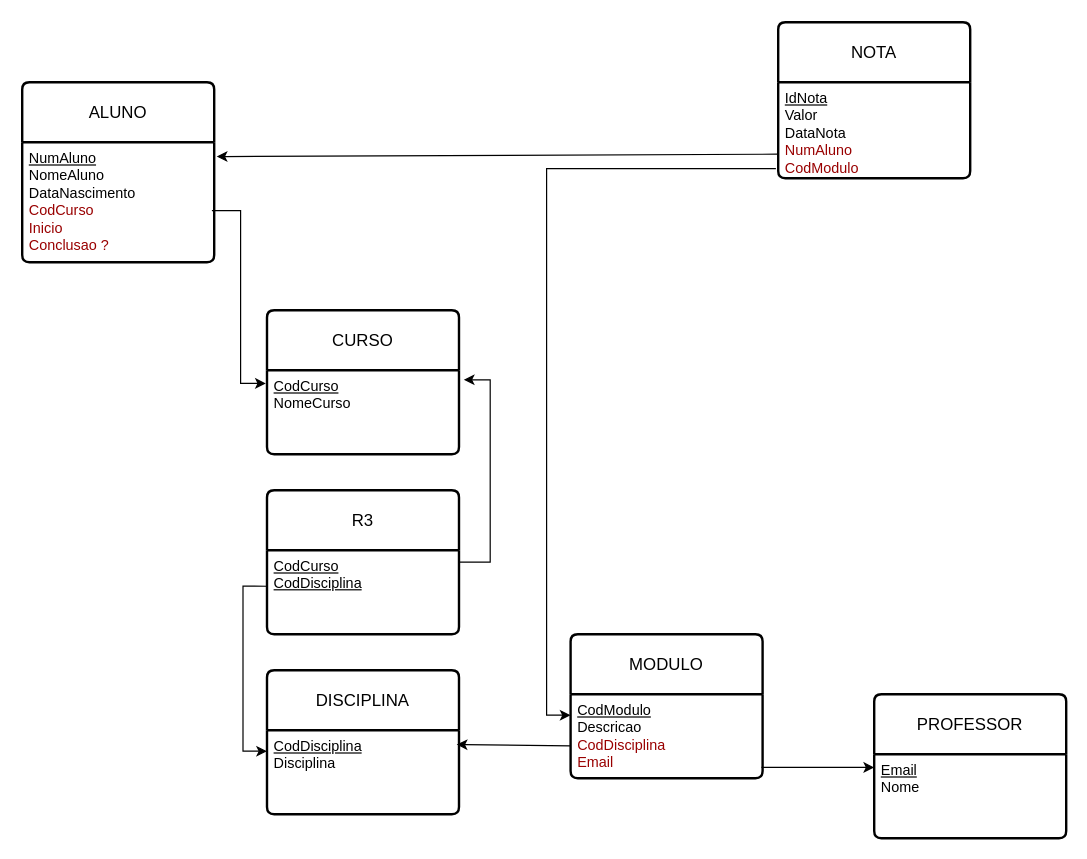
The draw.io diagram DiagramaNotas.drawio in Afas09/Analise-de-Sistemas, before the edit. Source tidied: cells renumbered, new cells numbered last; positions are measured from the earlier drawing's top-left corner, leaving out a move shared by most shapes. Both pictures are drawn from the tidied source at 120%, with x=0, y=0 at pixel (22, 22).
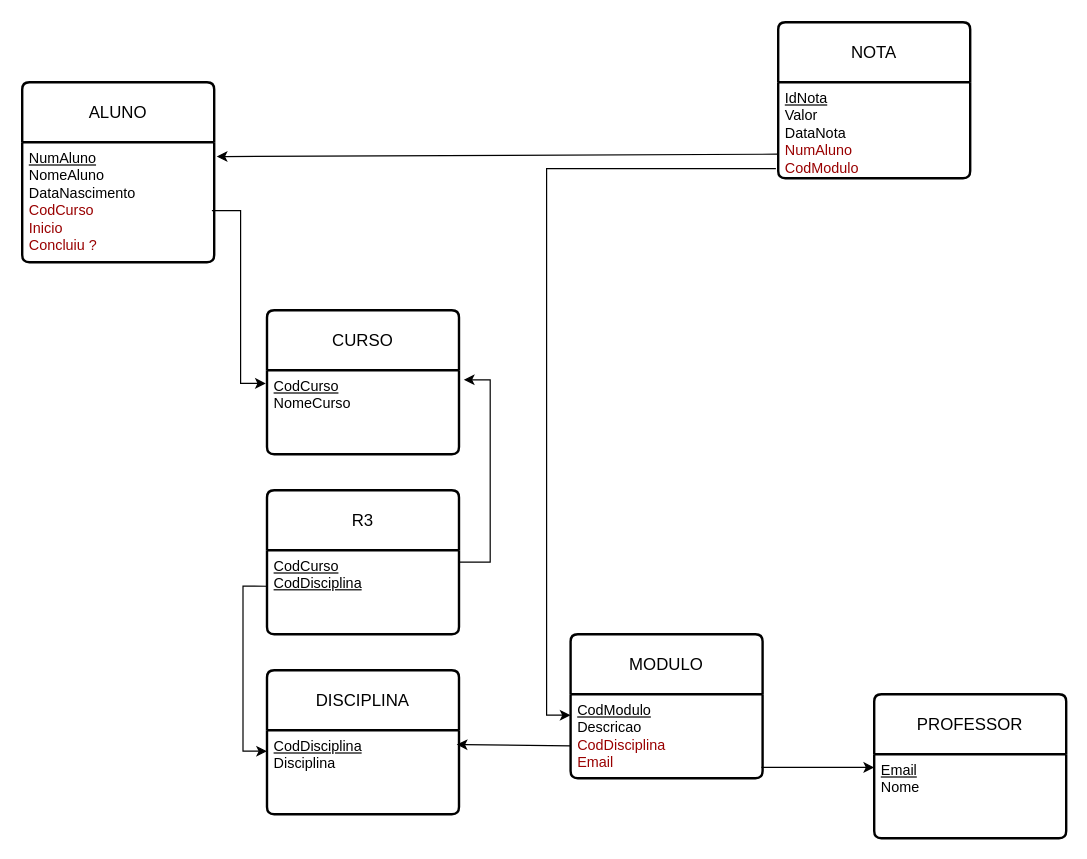
After the change.

The change refers to these unchanged cells:
```xml
<mxCell id="2" value="ALUNO" style="swimlane;horizontal=1;startSize=50;rounded=1;fontSize=14;fontStyle=0;strokeWidth=2;shadow=0;dashed=0;align=center;arcSize=4;whiteSpace=wrap;html=1;" parent="1" vertex="1">
  <mxGeometry y="50" width="160" height="150" as="geometry" />
</mxCell>
```

The edit, as a diff of the source:
```diff
@@
-    <mxCell id="3" value="&lt;u&gt;NumAluno&lt;/u&gt;&lt;div&gt;NomeAluno&lt;/div&gt;&lt;div&gt;DataNascimento&lt;/div&gt;&lt;div&gt;&lt;font style=&quot;color: rgb(153, 0, 0);&quot;&gt;CodCurso&lt;/font&gt;&lt;/div&gt;&lt;div&gt;&lt;font style=&quot;color: rgb(153, 0, 0);&quot;&gt;Inicio&lt;/font&gt;&lt;/div&gt;&lt;div&gt;&lt;font style=&quot;color: rgb(153, 0, 0);&quot;&gt;Conclusao &lt;/font&gt;&lt;font style=&quot;color: rgb(153, 0, 0);&quot;&gt;?&lt;/font&gt;&lt;/div&gt;" style="align=left;strokeColor=none;fillColor=none;spacingLeft=4;spacingRight=4;fontSize=12;verticalAlign=top;html=1;whiteSpace=wrap;" parent="2" vertex="1">
+    <mxCell id="3" value="&lt;u&gt;NumAluno&lt;/u&gt;&lt;div&gt;NomeAluno&lt;/div&gt;&lt;div&gt;DataNascimento&lt;/div&gt;&lt;div&gt;&lt;font style=&quot;color: rgb(153, 0, 0);&quot;&gt;CodCurso&lt;/font&gt;&lt;/div&gt;&lt;div&gt;&lt;font style=&quot;color: rgb(153, 0, 0);&quot;&gt;Inicio&lt;/font&gt;&lt;/div&gt;&lt;div&gt;&lt;font style=&quot;color: rgb(153, 0, 0);&quot;&gt;Concluiu&amp;nbsp;&lt;/font&gt;&lt;font style=&quot;color: rgb(153, 0, 0);&quot;&gt;?&lt;/font&gt;&lt;/div&gt;" style="align=left;strokeColor=none;fillColor=none;spacingLeft=4;spacingRight=4;fontSize=12;verticalAlign=top;html=1;whiteSpace=wrap;" parent="2" vertex="1">
       <mxGeometry y="50" width="160" height="100" as="geometry" />
     </mxCell>
```
